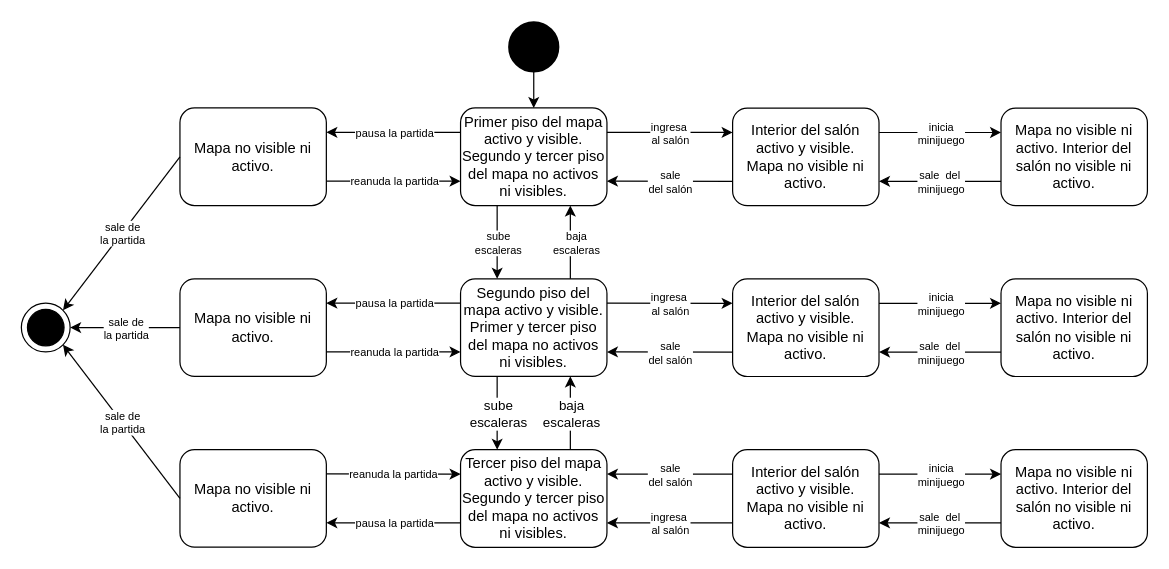
Above: Diagrams/diagrama-de-estados-mapa.drawio in bdominguez99/Escomplicado (draw.io), before the change. Source tidied: cells renumbered, new cells numbered last; positions are measured from the earlier drawing's top-left corner, leaving out a move shared by most shapes. Both pictures are drawn from the tidied source at 122%, with x=0, y=0 at pixel (21, 22).
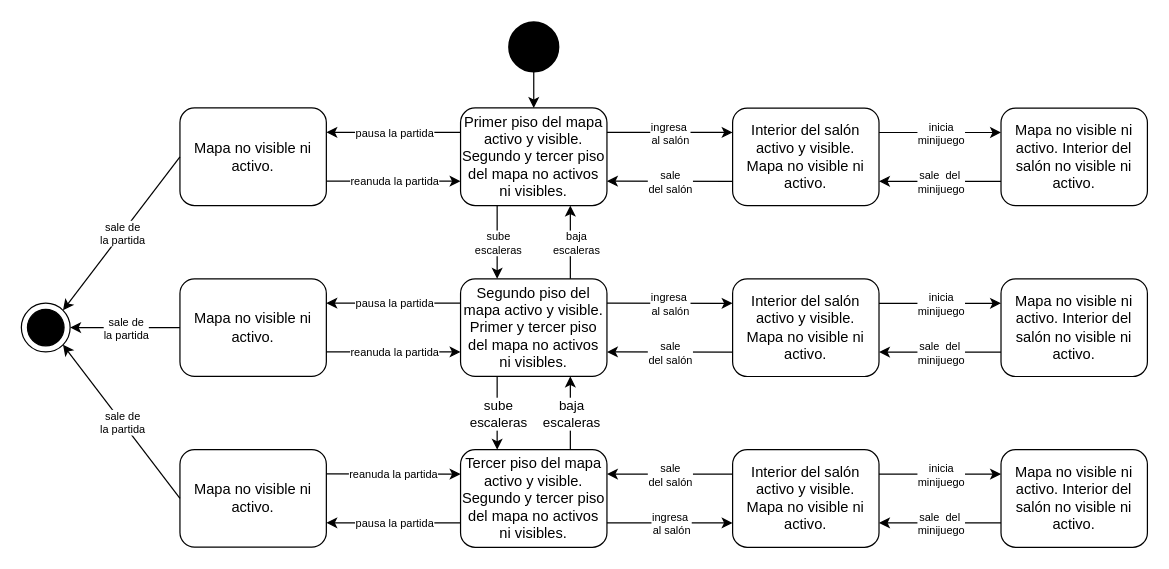
Above is the later version.

Commit message:
Se corrige diagrama de estados del mapa

Unchanged cells that the change refers to:
```xml
<mxCell id="5" value="Tercer piso del mapa activo y visible. Segundo y tercer piso del mapa no activos ni visibles." style="rounded=1;whiteSpace=wrap;html=1;fillColor=#FFFFFF;" parent="1" vertex="1">
  <mxGeometry x="360" y="350.1" width="120" height="80" as="geometry" />
</mxCell>
<mxCell id="49" value="Interior del salón activo y visible.&lt;br&gt;Mapa no visible ni activo." style="rounded=1;whiteSpace=wrap;html=1;fillColor=#FFFFFF;" parent="1" vertex="1">
  <mxGeometry x="583" y="350.1" width="120" height="80" as="geometry" />
</mxCell>
```

What changed in the source:
```diff
@@
-    <mxCell id="25" style="endArrow=classic;html=1;rounded=0;exitX=0;exitY=0.75;exitDx=0;exitDy=0;entryX=1;entryY=0.75;entryDx=0;entryDy=0;" parent="1" edge="1" source="49" target="5">
+    <mxCell id="25" style="endArrow=classic;html=1;rounded=0;entryX=0;entryY=0.75;entryDx=0;entryDy=0;exitX=1;exitY=0.75;exitDx=0;exitDy=0;" parent="1" edge="1" source="5" target="49">
       <mxGeometry relative="1" as="geometry" />
     </mxCell>
```
